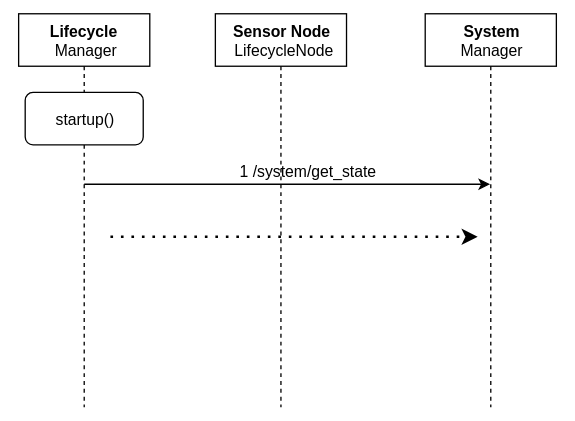
The draw.io diagram ROS2机器人基础框架/Step4-node.svg in HashWaney/ROS_Document, before a commit. Source tidied: cells renumbered, new cells last; positions are measured from the earlier drawing's top-left corner, leaving out a move shared by most shapes.
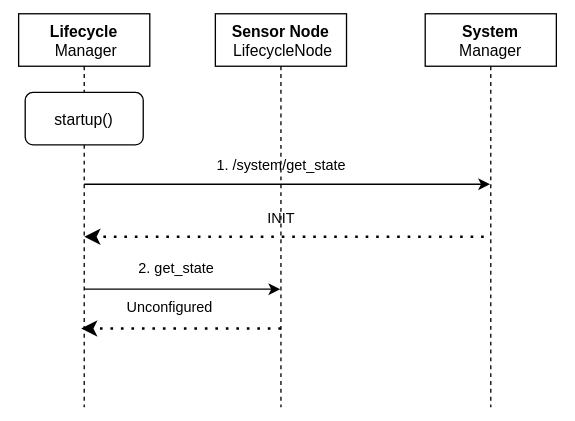
The same diagram one commit later.

Commit message:
vault backup: 2026-11-25 16:59:04

Diff of the diagram source:
```diff
@@ -19,16 +19,35 @@
         <mxPoint x="50" y="130" as="sourcePoint" />
       </mxGeometry>
     </mxCell>
-    <object id="7" label="1 /system/get_state&lt;br&gt;" name="Variable" placeholders="1">
-      <mxCell style="text;html=1;strokeColor=none;fillColor=none;align=center;verticalAlign=middle;whiteSpace=wrap;overflow=hidden;" parent="1" vertex="1">
-        <mxGeometry x="150" y="110" width="140" height="20" as="geometry" />
-      </mxCell>
-    </object>
-    <mxCell id="8" style="endArrow=classic;dashed=1;html=1;dashPattern=1 3;strokeWidth=2;" parent="1" edge="1">
+    <mxCell id="8" style="endArrow=classic;dashed=1;html=1;dashPattern=1 3;strokeWidth=2;" parent="1" edge="1" target="2">
       <mxGeometry relative="1" as="geometry">
-        <mxPoint x="70" y="170" as="sourcePoint" />
-        <mxPoint x="350" y="170" as="targetPoint" />
+        <mxPoint x="354.6" y="170" as="sourcePoint" />
       </mxGeometry>
     </mxCell>
+    <mxCell id="9" value="INIT&lt;br&gt;" style="text;html=1;align=center;verticalAlign=middle;strokeColor=none;fillColor=none;fontSize=11;fontFamily=Helvetica;fontColor=default;" parent="1" vertex="1">
+      <mxGeometry x="180" y="140" width="40" height="30" as="geometry" />
+    </mxCell>
+    <mxCell id="10" style="endArrow=classic;html=1;" parent="1" edge="1" source="2" target="3">
+      <mxGeometry relative="1" as="geometry">
+        <Array as="points">
+          <mxPoint x="130" y="210" />
+        </Array>
+      </mxGeometry>
+    </mxCell>
+    <mxCell id="11" value="2. get_state" style="text;html=1;align=center;verticalAlign=middle;strokeColor=none;fillColor=none;fontSize=11;fontFamily=Helvetica;fontColor=default;" parent="1" vertex="1">
+      <mxGeometry x="80" y="178" width="80" height="30" as="geometry" />
+    </mxCell>
+    <mxCell id="12" value="1. /system/get_state" style="text;html=1;align=center;verticalAlign=middle;strokeColor=none;fillColor=none;fontSize=11;fontFamily=Helvetica;fontColor=default;" parent="1" vertex="1">
+      <mxGeometry x="140" y="100" width="120" height="30" as="geometry" />
+    </mxCell>
+    <mxCell id="13" style="endArrow=classic;dashed=1;html=1;dashPattern=1 3;strokeWidth=2;" parent="1" edge="1">
+      <mxGeometry relative="1" as="geometry">
+        <mxPoint x="200" y="240" as="sourcePoint" />
+        <mxPoint x="47.7" y="240" as="targetPoint" />
+      </mxGeometry>
+    </mxCell>
+    <mxCell id="14" value="Unconfigured" style="text;html=1;align=center;verticalAlign=middle;strokeColor=none;fillColor=none;fontSize=11;fontFamily=Helvetica;fontColor=default;" parent="1" vertex="1">
+      <mxGeometry x="70" y="208" width="90" height="30" as="geometry" />
+    </mxCell>
   </root>
 </mxGraphModel>
```
